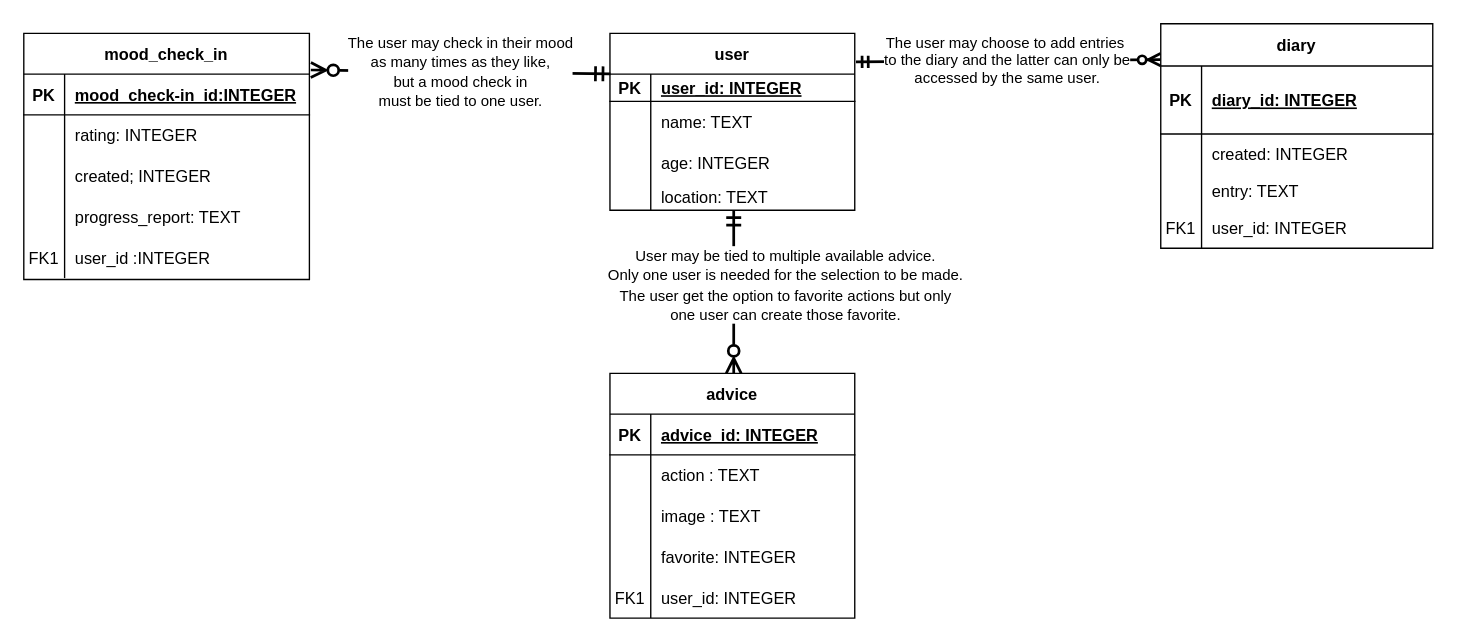
Earlier version of the draw.io diagram docs/work/erd.drawio (ddc-java-15/el-8). Source tidied: cells renumbered, new cells numbered last; positions are measured from the earlier drawing's top-left corner, leaving out a move shared by most shapes. Both pictures are drawn from the tidied source at 136%, with x=0, y=0 at pixel (23, 23).
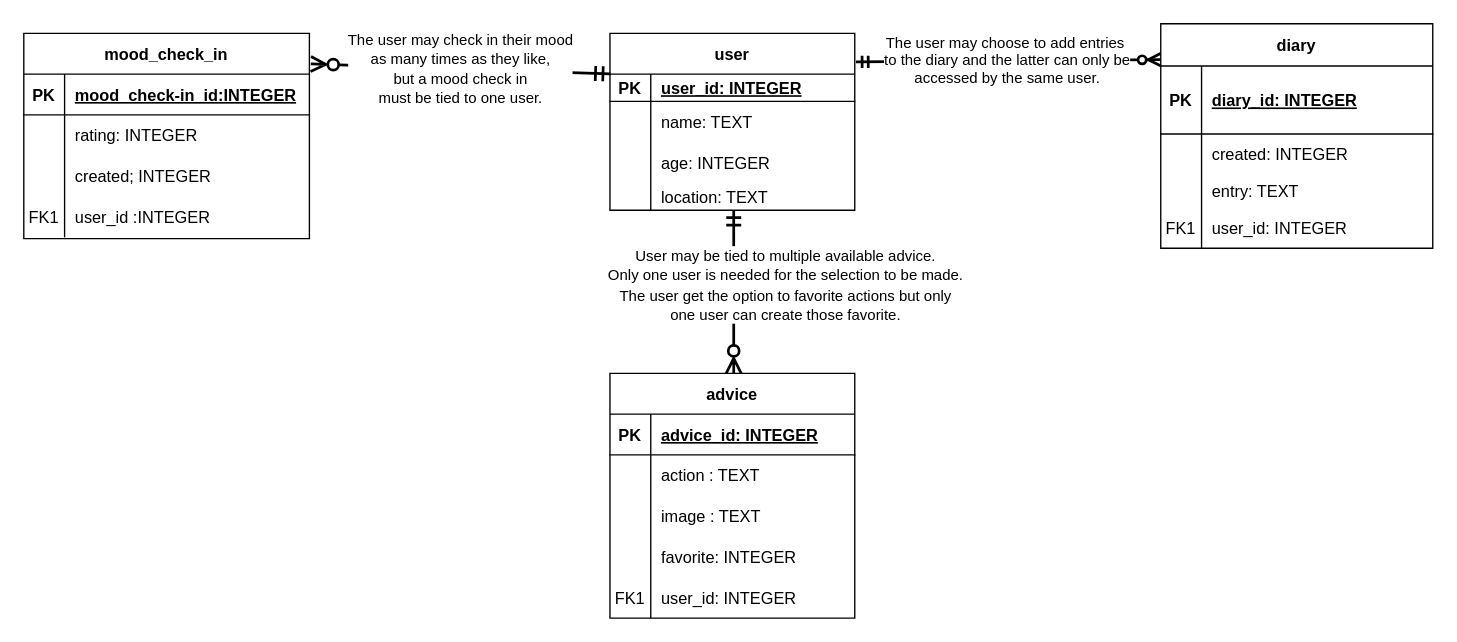
The same page after the edit.

Diff of the diagram source:
```diff
@@
     <mxCell id="44" value="mood_check_in" style="shape=table;startSize=30;childLayout=tableLayout;rowLines=0;fontStyle=1;align=center;" parent="1" vertex="1">
-      <mxGeometry y="7" width="210" height="181" as="geometry" />
+      <mxGeometry y="7" width="210" height="151" as="geometry" />
     </mxCell>
@@
-    <mxCell id="54" style="shape=tableRow;horizontal=0;startSize=0;swimlaneHead=0;swimlaneBody=0;fillColor=none;top=0;left=0;right=0;bottom=0;" parent="44" vertex="1">
-      <mxGeometry y="120" width="210" height="30" as="geometry" />
-    </mxCell>
-    <mxCell id="55" style="shape=partialRectangle;fillColor=none;top=0;left=0;bottom=0;right=0;overflow=hidden;" parent="54" vertex="1">
-      <mxGeometry width="30" height="30" as="geometry" />
-    </mxCell>
-    <mxCell id="56" value="progress_report: TEXT" style="shape=partialRectangle;fillColor=none;top=0;left=0;bottom=0;right=0;align=left;spacingLeft=6;overflow=hidden;" parent="54" vertex="1">
-      <mxGeometry x="30" width="180" height="30" as="geometry" />
-    </mxCell>
     <mxCell id="57" style="shape=tableRow;horizontal=0;startSize=0;swimlaneHead=0;swimlaneBody=0;fillColor=none;top=0;left=0;right=0;bottom=0;" parent="44" vertex="1">
-      <mxGeometry y="150" width="210" height="30" as="geometry" />
+      <mxGeometry y="120" width="210" height="30" as="geometry" />
     </mxCell>
```
